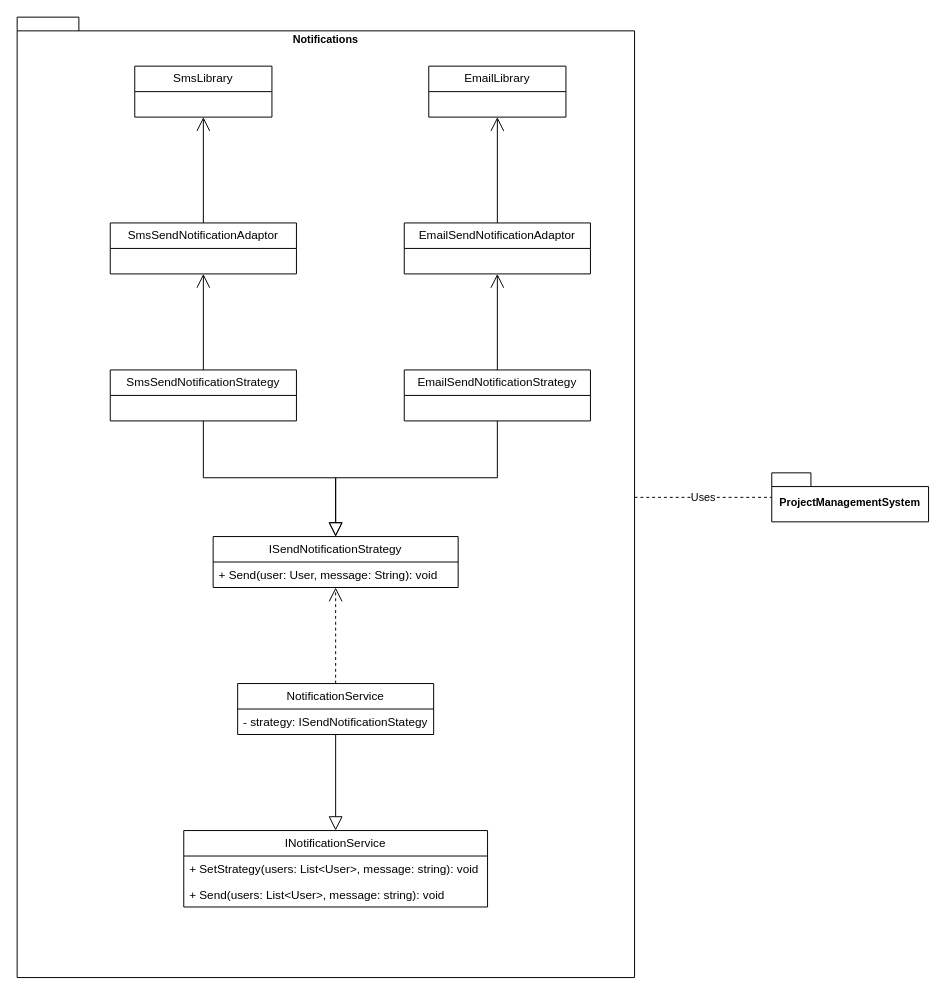
This is page "Notifications" (1 of 4) of diagrams/ClassDiagrams.drawio from janvb24/SOA3AvansDevOps, a draw.io file, before an edit. Source tidied: cells renumbered, new cells numbered last; positions are measured from the earlier drawing's top-left corner, leaving out a move shared by most shapes. Both pictures are drawn from the tidied source at 98%, with x=0, y=0 at pixel (17, 17).
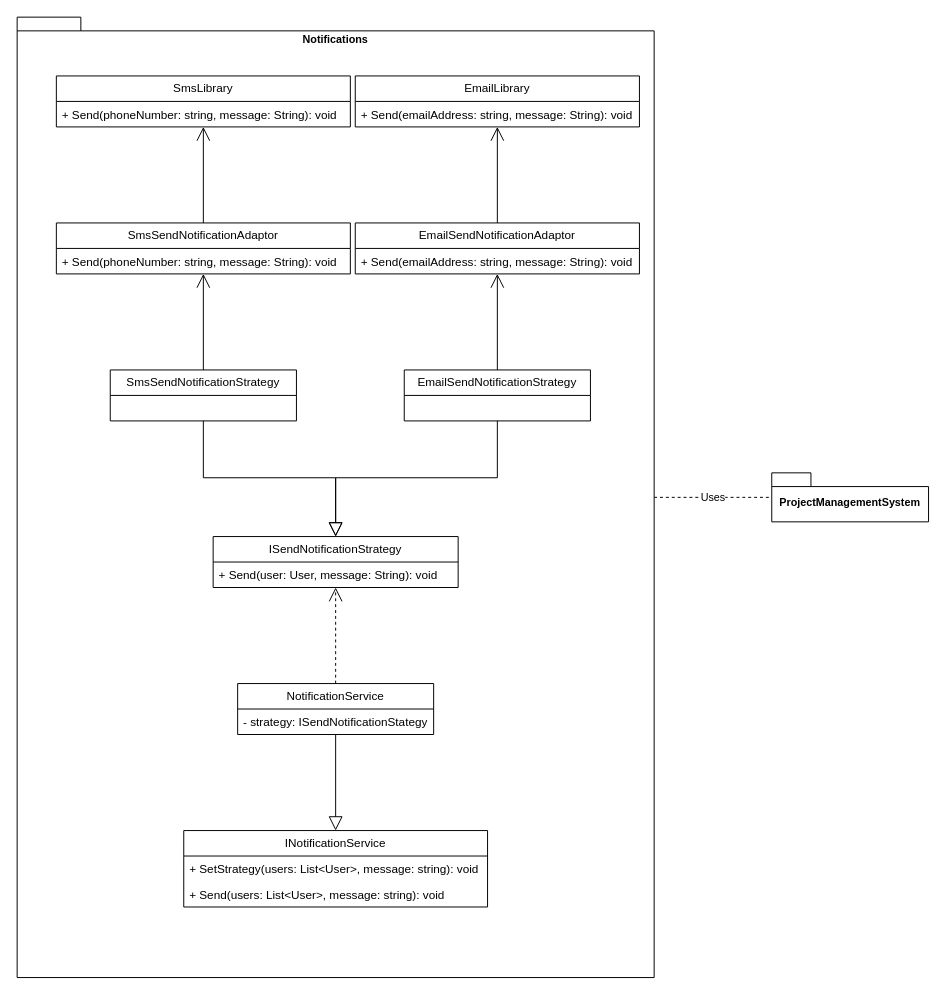
The same page after the edit.

Diff of the diagram source:
```diff
@@
     <mxCell id="3" value="Notifications" style="shape=folder;fontStyle=1;spacingTop=10;tabWidth=40;tabHeight=14;tabPosition=left;html=1;whiteSpace=wrap;fontFamily=Helvetica;fontSize=11;fontColor=default;labelBackgroundColor=default;verticalAlign=top;" parent="1" vertex="1">
-      <mxGeometry width="630" height="980" as="geometry" />
+      <mxGeometry width="650" height="980" as="geometry" />
     </mxCell>
     <mxCell id="4" value="SmsLibrary" style="swimlane;fontStyle=0;horizontal=1;startSize=26;fillColor=none;whiteSpace=wrap;html=1;" parent="1" vertex="1">
-      <mxGeometry x="120" y="50" width="140" height="52" as="geometry" />
+      <mxGeometry x="40" y="60" width="300" height="52" as="geometry" />
     </mxCell>
+    <mxCell id="26" value="+ Send(phoneNumber: string, message: String): void" style="text;strokeColor=none;fillColor=none;align=left;verticalAlign=top;spacingLeft=4;spacingRight=4;overflow=hidden;whiteSpace=wrap;html=1;" parent="4" vertex="1">
+      <mxGeometry y="26" width="300" height="26" as="geometry" />
+    </mxCell>
     <mxCell id="5" value="EmailLibrary" style="swimlane;fontStyle=0;horizontal=1;startSize=26;fillColor=none;whiteSpace=wrap;html=1;" parent="1" vertex="1">
-      <mxGeometry x="420" y="50" width="140" height="52" as="geometry" />
+      <mxGeometry x="345" y="60" width="290" height="52" as="geometry" />
     </mxCell>
+    <mxCell id="27" value="+ Send(emailAddress: string, message: String): void" style="text;strokeColor=none;fillColor=none;align=left;verticalAlign=top;spacingLeft=4;spacingRight=4;overflow=hidden;whiteSpace=wrap;html=1;" parent="5" vertex="1">
+      <mxGeometry y="26" width="290" height="26" as="geometry" />
+    </mxCell>
@@
     <mxCell id="7" value="SmsSendNotificationAdaptor" style="swimlane;fontStyle=0;horizontal=1;startSize=26;fillColor=none;whiteSpace=wrap;html=1;" parent="1" vertex="1">
-      <mxGeometry x="95" y="210" width="190" height="52" as="geometry" />
+      <mxGeometry x="40" y="210" width="300" height="52" as="geometry" />
     </mxCell>
+    <mxCell id="28" value="+ Send(phoneNumber: string, message: String): void" style="text;strokeColor=none;fillColor=none;align=left;verticalAlign=top;spacingLeft=4;spacingRight=4;overflow=hidden;whiteSpace=wrap;html=1;" parent="7" vertex="1">
+      <mxGeometry y="26" width="300" height="26" as="geometry" />
+    </mxCell>
@@
     <mxCell id="9" value="EmailSendNotificationAdaptor" style="swimlane;fontStyle=0;horizontal=1;startSize=26;fillColor=none;whiteSpace=wrap;html=1;" parent="1" vertex="1">
-      <mxGeometry x="395" y="210" width="190" height="52" as="geometry" />
+      <mxGeometry x="345" y="210" width="290" height="52" as="geometry" />
     </mxCell>
+    <mxCell id="29" value="+ Send(emailAddress: string, message: String): void" style="text;strokeColor=none;fillColor=none;align=left;verticalAlign=top;spacingLeft=4;spacingRight=4;overflow=hidden;whiteSpace=wrap;html=1;" parent="9" vertex="1">
+      <mxGeometry y="26" width="290" height="26" as="geometry" />
+    </mxCell>
```
